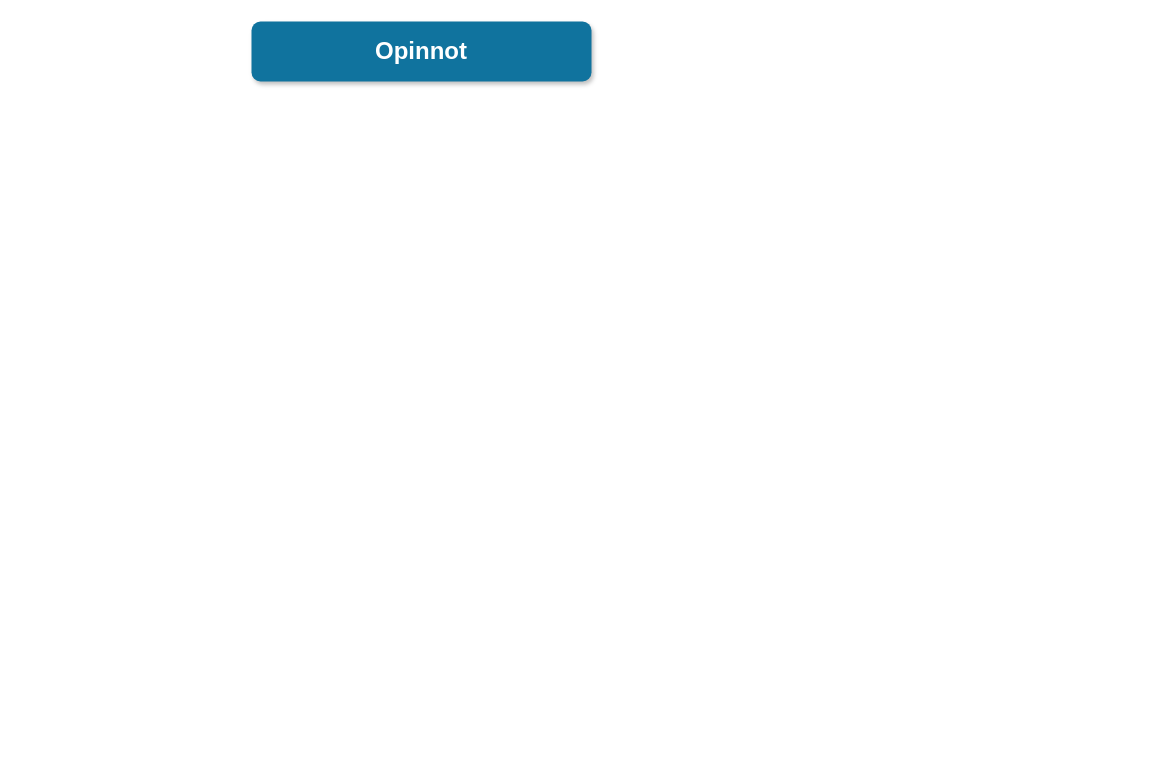
Before: todoist_api_app/chart_copy.drawio in imtone1/todoist, a draw.io diagram. Source tidied: cells renumbered, new cells numbered last; positions are measured from the earlier drawing's top-left corner, leaving out a move shared by most shapes. Both pictures are drawn from the tidied source at 100%, with x=0, y=0 at pixel (251, 21).
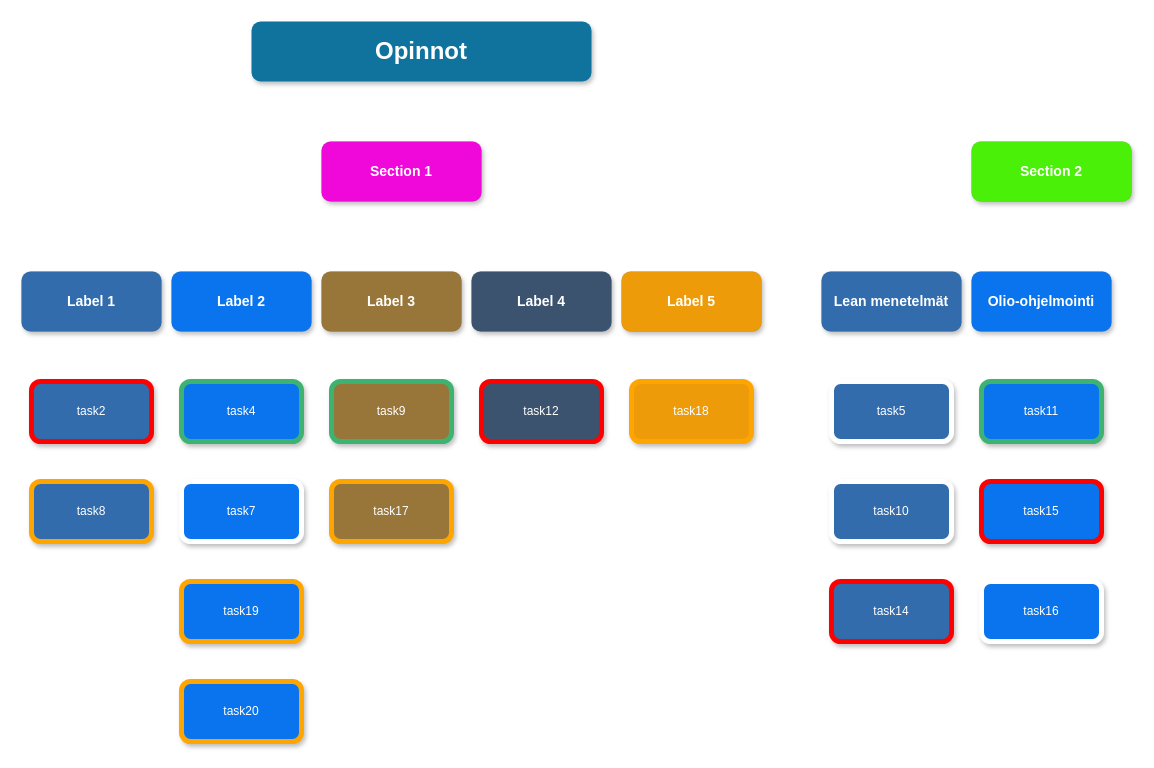
The same diagram, later.

Commit message:
chart example

What changed in the source:
```diff
@@
+    <mxCell id="3" value="task2" style="whiteSpace=wrap;rounded=1;shadow=1;fillColor=#326CAD;strokeColor=none;fontColor=#FFFFFF;fontStyle=0;fontSize=12;strokeWidth=5;strokeColor=#ff0000;" parent="1" vertex="1">
+      <mxGeometry x="-220" y="360" width="120" height="60" as="geometry" />
+    </mxCell>
+    <mxCell id="4" value="task8" style="whiteSpace=wrap;rounded=1;shadow=1;fillColor=#326CAD;strokeColor=none;fontColor=#FFFFFF;fontStyle=0;fontSize=12;strokeWidth=5;strokeColor=#ffa500;" parent="1" vertex="1">
+      <mxGeometry x="-220" y="460" width="120" height="60" as="geometry" />
+    </mxCell>
+    <mxCell id="5" value="Label 1" style="whiteSpace=wrap;rounded=1;shadow=1;fillColor=#326CAD;strokeColor=none;fontColor=#FFFFFF;fontStyle=1;fontSize=14;strokeWidth=0;strokeColor=#000000;" parent="1" vertex="1">
+      <mxGeometry x="-230" y="250" width="140" height="60" as="geometry" />
+    </mxCell>
+    <mxCell id="6" value="task4" style="whiteSpace=wrap;rounded=1;shadow=1;fillColor=#0974ED;strokeColor=none;fontColor=#FFFFFF;fontStyle=0;fontSize=12;strokeWidth=5;strokeColor=#3cb371;" parent="1" vertex="1">
+      <mxGeometry x="-70" y="360" width="120" height="60" as="geometry" />
+    </mxCell>
+    <mxCell id="7" value="task7" style="whiteSpace=wrap;rounded=1;shadow=1;fillColor=#0974ED;strokeColor=none;fontColor=#FFFFFF;fontStyle=0;fontSize=12;strokeWidth=5;strokeColor=#FFFFFF;" parent="1" vertex="1">
+      <mxGeometry x="-70" y="460" width="120" height="60" as="geometry" />
+    </mxCell>
+    <mxCell id="8" value="task19" style="whiteSpace=wrap;rounded=1;shadow=1;fillColor=#0974ED;strokeColor=none;fontColor=#FFFFFF;fontStyle=0;fontSize=12;strokeWidth=5;strokeColor=#ffa500;" parent="1" vertex="1">
+      <mxGeometry x="-70" y="560" width="120" height="60" as="geometry" />
+    </mxCell>
+    <mxCell id="9" value="task20" style="whiteSpace=wrap;rounded=1;shadow=1;fillColor=#0974ED;strokeColor=none;fontColor=#FFFFFF;fontStyle=0;fontSize=12;strokeWidth=5;strokeColor=#ffa500;" parent="1" vertex="1">
+      <mxGeometry x="-70" y="660" width="120" height="60" as="geometry" />
+    </mxCell>
+    <mxCell id="10" value="Label 2" style="whiteSpace=wrap;rounded=1;shadow=1;fillColor=#0974ED;strokeColor=none;fontColor=#FFFFFF;fontStyle=1;fontSize=14;strokeWidth=0;strokeColor=#000000;" parent="1" vertex="1">
+      <mxGeometry x="-80" y="250" width="140" height="60" as="geometry" />
+    </mxCell>
+    <mxCell id="11" value="task9" style="whiteSpace=wrap;rounded=1;shadow=1;fillColor=#987639;strokeColor=none;fontColor=#FFFFFF;fontStyle=0;fontSize=12;strokeWidth=5;strokeColor=#3cb371;" parent="1" vertex="1">
+      <mxGeometry x="80" y="360" width="120" height="60" as="geometry" />
+    </mxCell>
+    <mxCell id="12" value="task17" style="whiteSpace=wrap;rounded=1;shadow=1;fillColor=#987639;strokeColor=none;fontColor=#FFFFFF;fontStyle=0;fontSize=12;strokeWidth=5;strokeColor=#ffa500;" parent="1" vertex="1">
+      <mxGeometry x="80" y="460" width="120" height="60" as="geometry" />
+    </mxCell>
+    <mxCell id="13" value="Label 3" style="whiteSpace=wrap;rounded=1;shadow=1;fillColor=#987639;strokeColor=none;fontColor=#FFFFFF;fontStyle=1;fontSize=14;strokeWidth=0;strokeColor=#000000;" parent="1" vertex="1">
+      <mxGeometry x="70" y="250" width="140" height="60" as="geometry" />
+    </mxCell>
+    <mxCell id="14" value="task12" style="whiteSpace=wrap;rounded=1;shadow=1;fillColor=#3B536E;strokeColor=none;fontColor=#FFFFFF;fontStyle=0;fontSize=12;strokeWidth=5;strokeColor=#ff0000;" parent="1" vertex="1">
+      <mxGeometry x="230" y="360" width="120" height="60" as="geometry" />
+    </mxCell>
+    <mxCell id="15" value="Label 4" style="whiteSpace=wrap;rounded=1;shadow=1;fillColor=#3B536E;strokeColor=none;fontColor=#FFFFFF;fontStyle=1;fontSize=14;strokeWidth=0;strokeColor=#000000;" parent="1" vertex="1">
+      <mxGeometry x="220" y="250" width="140" height="60" as="geometry" />
+    </mxCell>
+    <mxCell id="16" value="task18" style="whiteSpace=wrap;rounded=1;shadow=1;fillColor=#ED9B09;strokeColor=none;fontColor=#FFFFFF;fontStyle=0;fontSize=12;strokeWidth=5;strokeColor=#ffa500;" parent="1" vertex="1">
+      <mxGeometry x="380" y="360" width="120" height="60" as="geometry" />
+    </mxCell>
+    <mxCell id="17" value="Label 5" style="whiteSpace=wrap;rounded=1;shadow=1;fillColor=#ED9B09;strokeColor=none;fontColor=#FFFFFF;fontStyle=1;fontSize=14;strokeWidth=0;strokeColor=#000000;" parent="1" vertex="1">
+      <mxGeometry x="370" y="250" width="140" height="60" as="geometry" />
+    </mxCell>
+    <mxCell id="18" value="Section 1" style="whiteSpace=wrap;rounded=1;shadow=1;fillColor=#F007DA;strokeColor=none;fontColor=#FFFFFF;fontStyle=1;fontSize=14;strokeWidth=0;strokeColor=#000000;" parent="1" vertex="1">
+      <mxGeometry x="70" y="120" width="160" height="60" as="geometry" />
+    </mxCell>
+    <mxCell id="19" value="task5" style="whiteSpace=wrap;rounded=1;shadow=1;fillColor=#326CAD;strokeColor=none;fontColor=#FFFFFF;fontStyle=0;fontSize=12;strokeWidth=5;strokeColor=#FFFFFF;" parent="1" vertex="1">
+      <mxGeometry x="580" y="360" width="120" height="60" as="geometry" />
+    </mxCell>
+    <mxCell id="20" value="task10" style="whiteSpace=wrap;rounded=1;shadow=1;fillColor=#326CAD;strokeColor=none;fontColor=#FFFFFF;fontStyle=0;fontSize=12;strokeWidth=5;strokeColor=#FFFFFF;" parent="1" vertex="1">
+      <mxGeometry x="580" y="460" width="120" height="60" as="geometry" />
+    </mxCell>
+    <mxCell id="21" value="task14" style="whiteSpace=wrap;rounded=1;shadow=1;fillColor=#326CAD;strokeColor=none;fontColor=#FFFFFF;fontStyle=0;fontSize=12;strokeWidth=5;strokeColor=#ff0000;" parent="1" vertex="1">
+      <mxGeometry x="580" y="560" width="120" height="60" as="geometry" />
+    </mxCell>
+    <mxCell id="22" value="Lean menetelmät" style="whiteSpace=wrap;rounded=1;shadow=1;fillColor=#326CAD;strokeColor=none;fontColor=#FFFFFF;fontStyle=1;fontSize=14;strokeWidth=0;strokeColor=#000000;" parent="1" vertex="1">
+      <mxGeometry x="570" y="250" width="140" height="60" as="geometry" />
+    </mxCell>
+    <mxCell id="23" value="task11" style="whiteSpace=wrap;rounded=1;shadow=1;fillColor=#0974ED;strokeColor=none;fontColor=#FFFFFF;fontStyle=0;fontSize=12;strokeWidth=5;strokeColor=#3cb371;" parent="1" vertex="1">
+      <mxGeometry x="730" y="360" width="120" height="60" as="geometry" />
+    </mxCell>
+    <mxCell id="24" value="task15" style="whiteSpace=wrap;rounded=1;shadow=1;fillColor=#0974ED;strokeColor=none;fontColor=#FFFFFF;fontStyle=0;fontSize=12;strokeWidth=5;strokeColor=#ff0000;" parent="1" vertex="1">
+      <mxGeometry x="730" y="460" width="120" height="60" as="geometry" />
+    </mxCell>
+    <mxCell id="25" value="task16" style="whiteSpace=wrap;rounded=1;shadow=1;fillColor=#0974ED;strokeColor=none;fontColor=#FFFFFF;fontStyle=0;fontSize=12;strokeWidth=5;strokeColor=#FFFFFF;" parent="1" vertex="1">
+      <mxGeometry x="730" y="560" width="120" height="60" as="geometry" />
+    </mxCell>
+    <mxCell id="26" value="Olio-ohjelmointi" style="whiteSpace=wrap;rounded=1;shadow=1;fillColor=#0974ED;strokeColor=none;fontColor=#FFFFFF;fontStyle=1;fontSize=14;strokeWidth=0;strokeColor=#000000;" parent="1" vertex="1">
+      <mxGeometry x="720" y="250" width="140" height="60" as="geometry" />
+    </mxCell>
+    <mxCell id="27" value="Section 2" style="whiteSpace=wrap;rounded=1;shadow=1;fillColor=#4AF008;strokeColor=none;fontColor=#FFFFFF;fontStyle=1;fontSize=14;strokeWidth=0;strokeColor=#000000;" parent="1" vertex="1">
+      <mxGeometry x="720" y="120" width="160" height="60" as="geometry" />
+    </mxCell>
```
